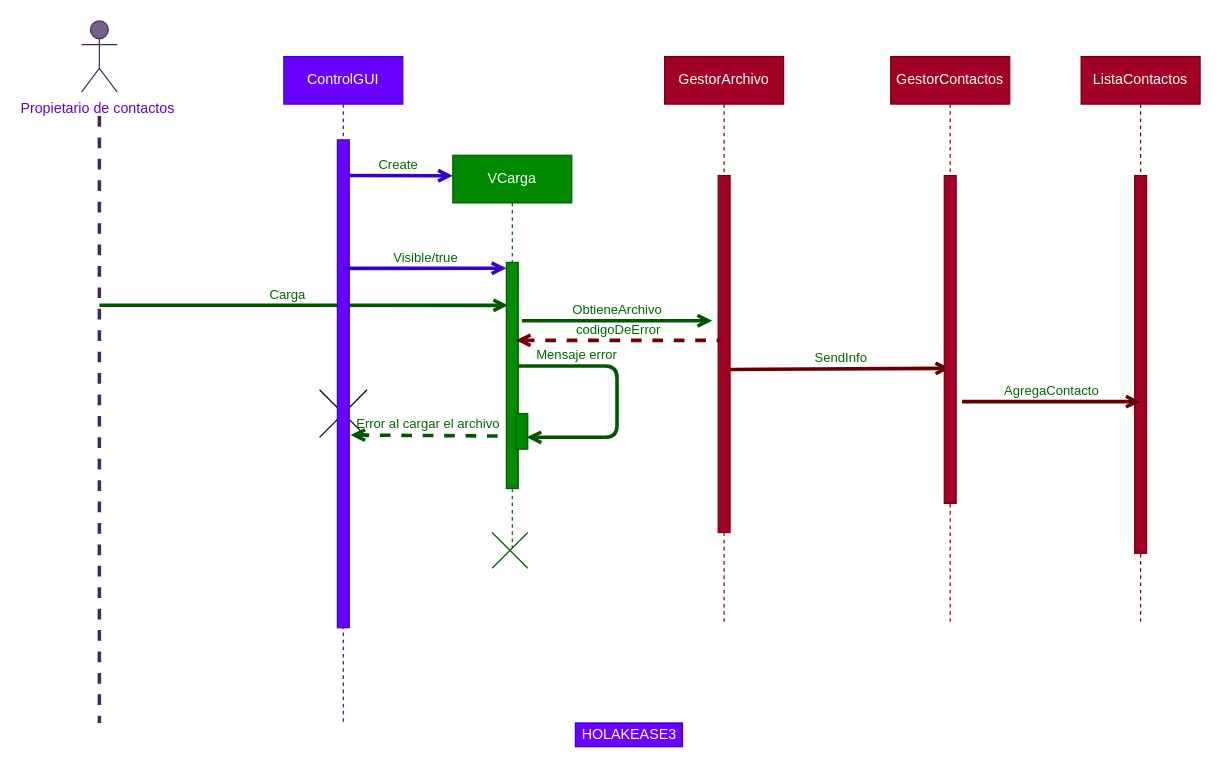
The draw.io diagram diagramas de secuencia/secuenciaC1.drawio in JuanCarlosGarciaZepeda/SmartScheduler, before the edit. Source tidied: cells renumbered, new cells numbered last; positions are measured from the earlier drawing's top-left corner, leaving out a move shared by most shapes. Both pictures are drawn from the tidied source at 119%, with x=0, y=0 at pixel (81, 20).
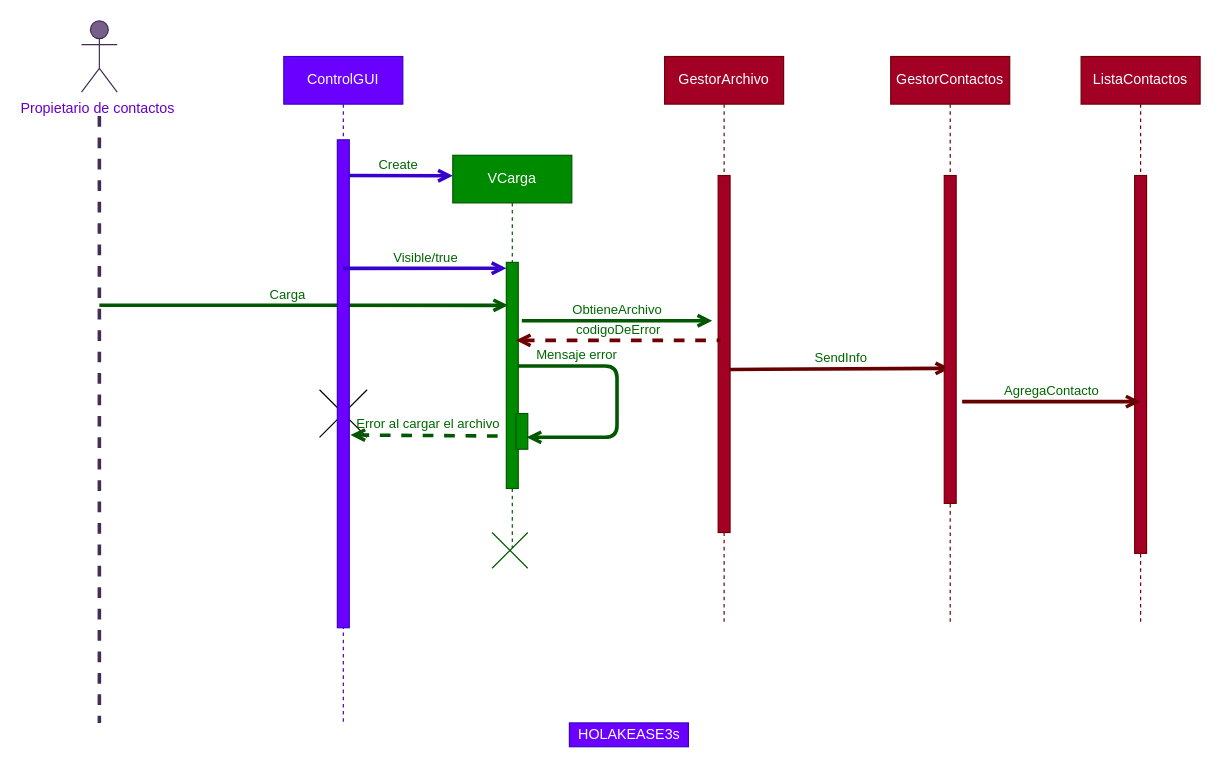
Above is the later version.

Diff of the diagram source:
```diff
@@
-    <mxCell id="27" value="HOLAKEASE3" style="text;html=1;align=center;verticalAlign=middle;strokeColor=#3700CC;fillColor=#6a00ff;fontColor=#ffffff;" parent="1" vertex="1">
-      <mxGeometry x="415" y="590" width="90" height="20" as="geometry" />
+    <mxCell id="27" value="HOLAKEASE3s" style="text;html=1;align=center;verticalAlign=middle;strokeColor=#3700CC;fillColor=#6a00ff;fontColor=#ffffff;" parent="1" vertex="1">
+      <mxGeometry x="410" y="590" width="100" height="20" as="geometry" />
     </mxCell>
```
